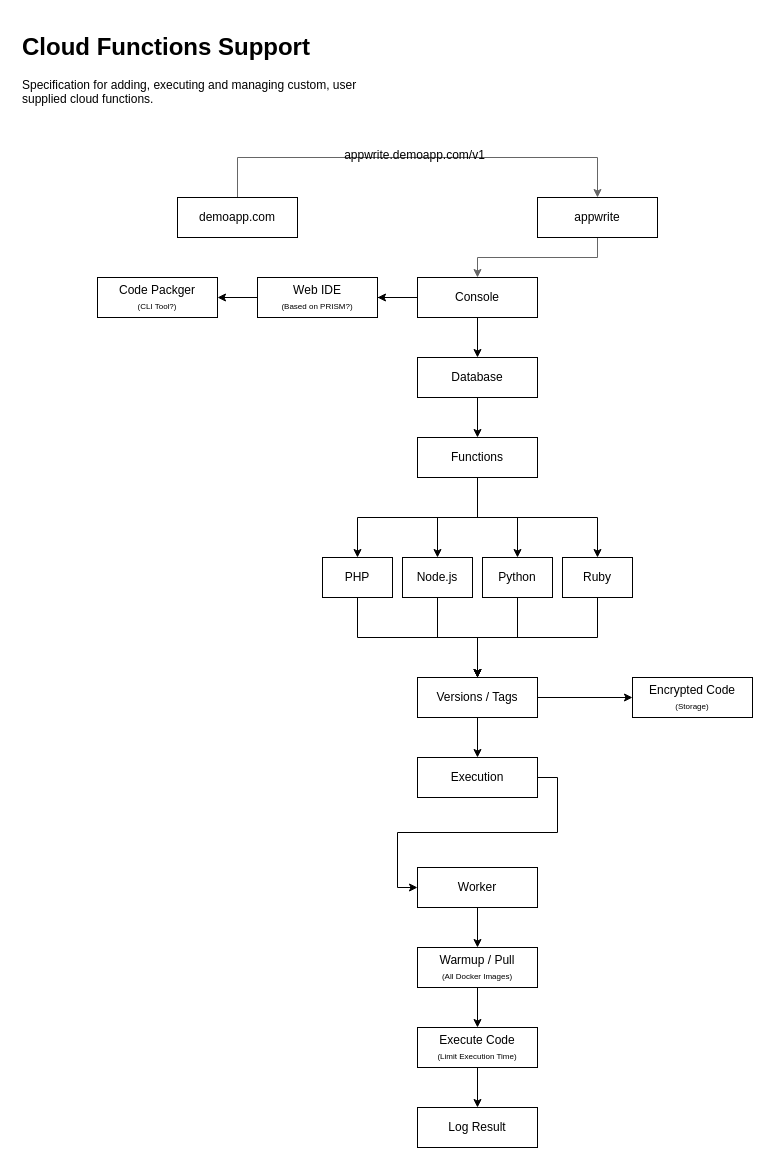
Above: docs/specs/functions.drawio in silverknight59222/appwrite (draw.io), before the change. Source tidied: cells renumbered, new cells numbered last; positions are measured from the earlier drawing's top-left corner, leaving out a move shared by most shapes. Both pictures are drawn from the tidied source at 100%, with x=0, y=0 at pixel (17, 27).
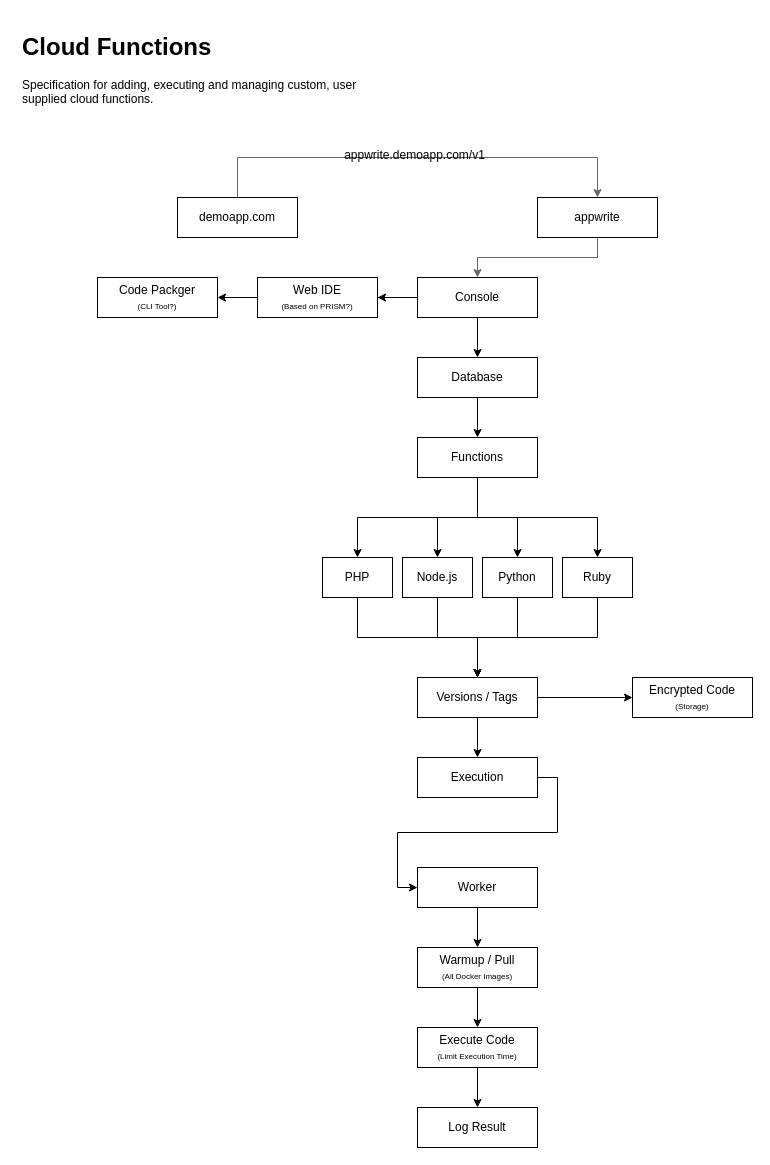
Above is the later version.

What changed in the source:
```diff
@@
-    <mxCell id="24" value="&lt;h1&gt;Cloud Functions Support&lt;/h1&gt;&lt;p&gt;Specification for adding, executing and managing custom, user supplied cloud functions.&lt;br&gt;&lt;/p&gt;" style="text;html=1;spacing=5;spacingTop=-20;whiteSpace=wrap;overflow=hidden;rounded=0;labelBackgroundColor=none;" parent="1" vertex="1">
+    <mxCell id="24" value="&lt;h1&gt;Cloud Functions&lt;/h1&gt;&lt;p&gt;Specification for adding, executing and managing custom, user supplied cloud functions.&lt;br&gt;&lt;/p&gt;" style="text;html=1;spacing=5;spacingTop=-20;whiteSpace=wrap;overflow=hidden;rounded=0;labelBackgroundColor=none;" parent="1" vertex="1">
       <mxGeometry width="370" height="90" as="geometry" />
     </mxCell>
```
